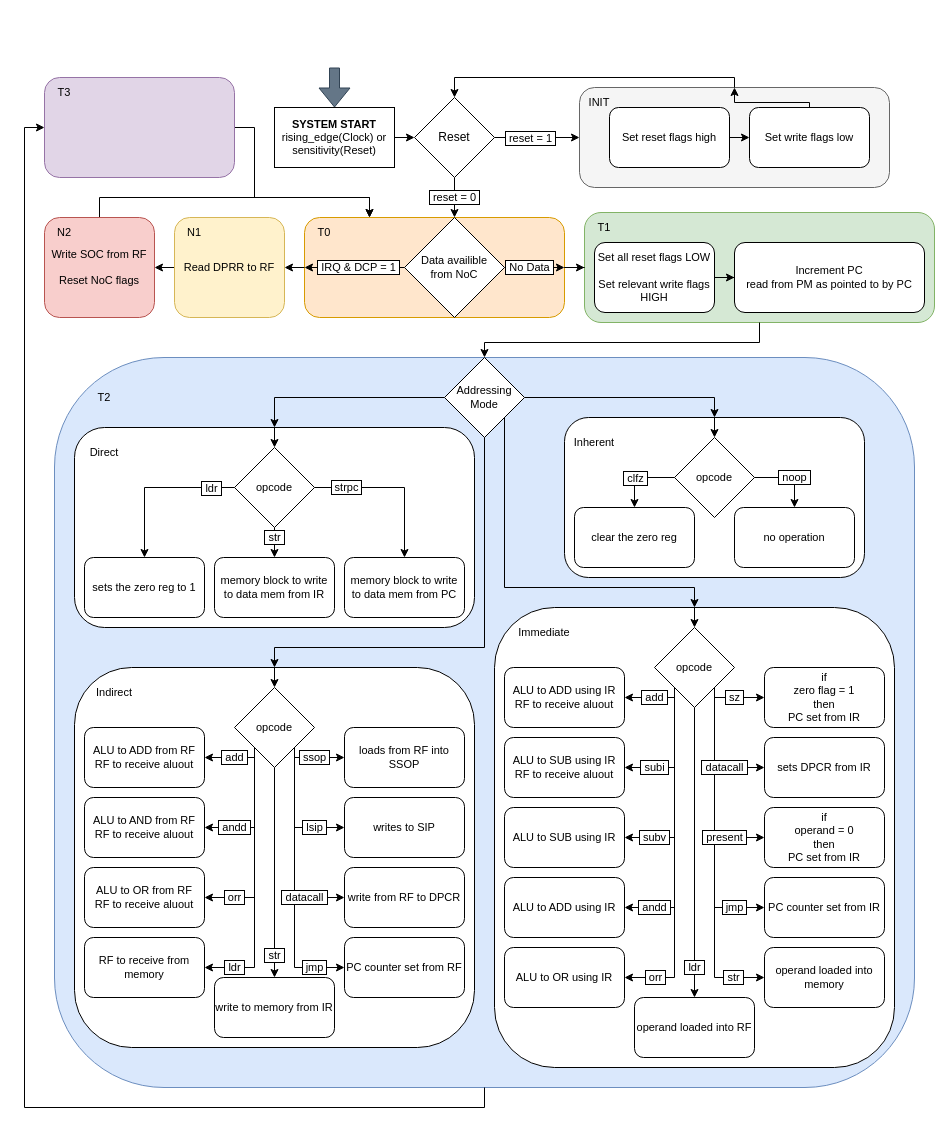
BeckBusch/CS701-GRP keeps this draw.io diagram as page "ControlUnit" (1 of 2) of Documentation/Diagrams/701GRP.drawio. Above is the earlier version. Source tidied: cells renumbered, new cells numbered last; positions are measured from the earlier drawing's top-left corner, leaving out a move shared by most shapes. Both pictures are drawn from the tidied source at 100%, with x=0, y=0 at pixel (34, 67).
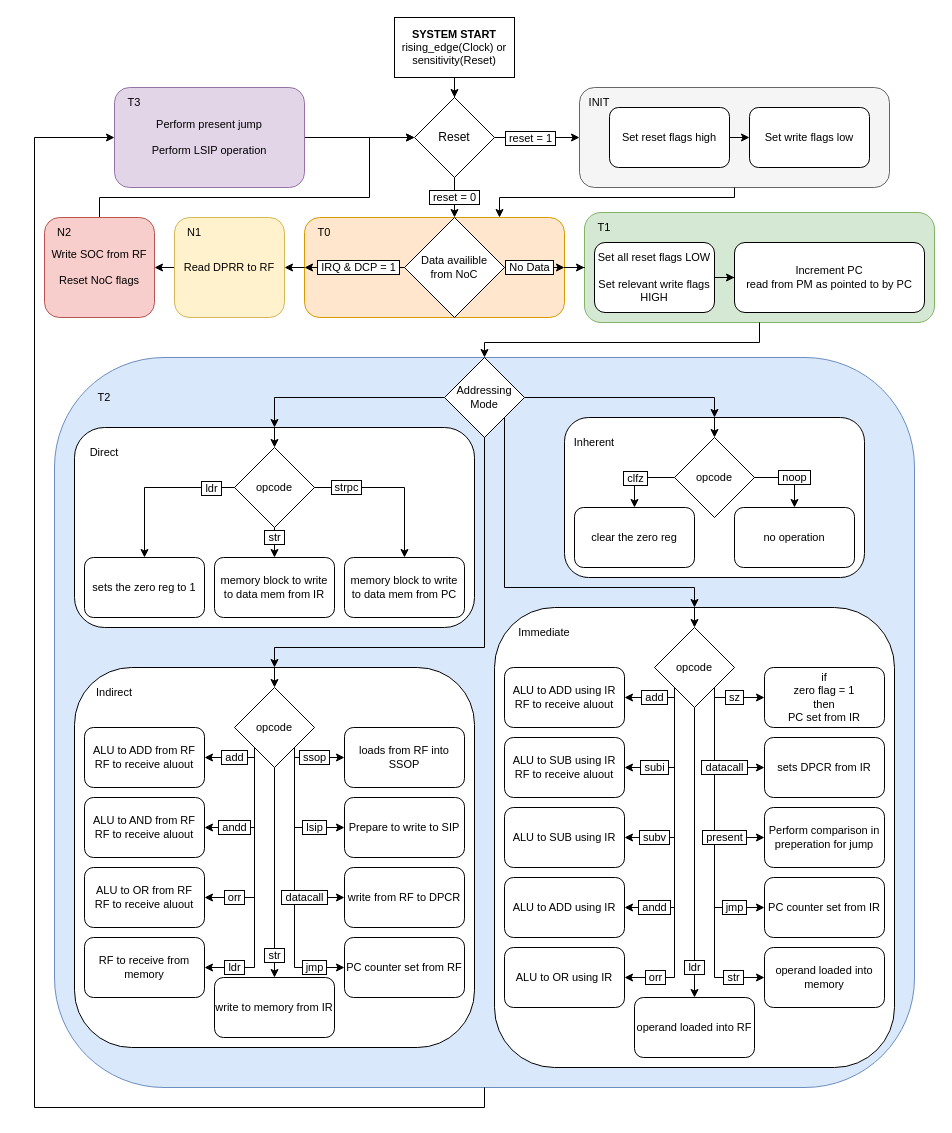
The same page after the edit.

Unchanged cells that the change refers to:
```xml
<mxCell id="5" value="Reset" style="rhombus;whiteSpace=wrap;html=1;" parent="1" vertex="1">
  <mxGeometry x="380" y="30" width="80" height="80" as="geometry" />
</mxCell>
<mxCell id="8" style="group;" parent="1" vertex="1">
  <mxGeometry x="535" y="20" width="320" height="100" as="geometry" />
</mxCell>
<mxCell id="9" style="rounded=1;whiteSpace=wrap;html=1;fillColor=#f5f5f5;fontColor=#333333;strokeColor=#666666;" parent="8" vertex="1">
  <mxGeometry x="10" width="310" height="100" as="geometry" />
</mxCell>
<mxCell id="12" value="Set write flags low" style="rounded=1;whiteSpace=wrap;html=1;fontFamily=Helvetica;fontSize=11;fontColor=default;" parent="8" vertex="1">
  <mxGeometry x="180" y="20" width="120" height="60" as="geometry" />
</mxCell>
<mxCell id="22" style="rounded=1;whiteSpace=wrap;html=1;labelBackgroundColor=default;labelBorderColor=default;fontFamily=Helvetica;fontSize=11;fillColor=#dae8fc;strokeColor=#6c8ebf;" parent="21" vertex="1">
  <mxGeometry width="860" height="730" as="geometry" />
</mxCell>
<mxCell id="45" style="group;" parent="21" vertex="1">
  <mxGeometry x="440" y="250" width="420" height="480" as="geometry" />
</mxCell>
<mxCell id="72" style="group;" parent="21" vertex="1">
  <mxGeometry x="20" y="310" width="400" height="380" as="geometry" />
</mxCell>
<mxCell id="103" style="rounded=1;whiteSpace=wrap;html=1;labelBackgroundColor=none;labelBorderColor=none;strokeColor=#d79b00;fontFamily=Helvetica;fontSize=11;fillColor=#ffe6cc;" parent="102" vertex="1">
  <mxGeometry width="260" height="100" as="geometry" />
</mxCell>
<mxCell id="116" value="Write SOC from RF&lt;br&gt;&lt;br&gt;Reset NoC flags" style="rounded=1;whiteSpace=wrap;html=1;labelBackgroundColor=none;labelBorderColor=none;strokeColor=#b85450;fontFamily=Helvetica;fontSize=11;fillColor=#f8cecc;" parent="115" vertex="1">
  <mxGeometry x="10" width="110" height="100" as="geometry" />
</mxCell>
```

Change to the diagram source:
```diff
@@
-    <mxCell id="6" style="edgeStyle=orthogonalEdgeStyle;shape=connector;rounded=0;jettySize=auto;html=1;exitX=1;exitY=0.5;exitDx=0;exitDy=0;entryX=0;entryY=0.5;entryDx=0;entryDy=0;labelBackgroundColor=default;labelBorderColor=default;strokeColor=default;fontFamily=Helvetica;fontSize=11;fontColor=default;endArrow=classic;" parent="1" edge="1" source="7" target="5">
+    <mxCell id="6" style="edgeStyle=orthogonalEdgeStyle;shape=connector;rounded=0;jettySize=auto;html=1;entryX=0.5;entryY=0;entryDx=0;entryDy=0;labelBackgroundColor=default;labelBorderColor=default;strokeColor=default;fontFamily=Helvetica;fontSize=11;fontColor=default;endArrow=classic;" parent="1" edge="1" source="7" target="5">
       <mxGeometry relative="1" as="geometry" />
     </mxCell>
     <mxCell id="7" value="&lt;b&gt;SYSTEM START&lt;/b&gt;&lt;br&gt;rising_edge(Clock) or sensitivity(Reset)" style="rounded=0;whiteSpace=wrap;html=1;fontFamily=Helvetica;fontSize=11;fontColor=default;" parent="1" vertex="1">
-      <mxGeometry x="240" y="40" width="120" height="60" as="geometry" />
+      <mxGeometry x="360" y="-50" width="120" height="60" as="geometry" />
     </mxCell>
@@
-    <mxCell id="11" style="shape=connector;rounded=0;jettySize=auto;html=1;exitX=0.5;exitY=0;exitDx=0;exitDy=0;entryX=0.5;entryY=0;entryDx=0;entryDy=0;labelBackgroundColor=default;labelBorderColor=default;strokeColor=default;fontFamily=Helvetica;fontSize=11;fontColor=default;endArrow=classic;" parent="8" edge="1" source="12" target="9">
-      <mxGeometry relative="1" as="geometry">
-        <Array as="points">
-          <mxPoint x="240" y="15" />
-          <mxPoint x="165" y="15" />
-        </Array>
-      </mxGeometry>
-    </mxCell>
@@
-    <mxCell id="63" value="if&lt;br&gt;operand = 0&lt;br&gt;then&lt;br&gt;PC set from IR" style="rounded=1;whiteSpace=wrap;html=1;fontFamily=Helvetica;fontSize=11;fontColor=default;" parent="45" vertex="1">
+    <mxCell id="63" value="Perform comparison in preperation for jump" style="rounded=1;whiteSpace=wrap;html=1;fontFamily=Helvetica;fontSize=11;fontColor=default;" parent="45" vertex="1">
       <mxGeometry x="270" y="200" width="120" height="60" as="geometry" />
     </mxCell>
@@
-    <mxCell id="89" value="writes to SIP" style="rounded=1;whiteSpace=wrap;html=1;fontFamily=Helvetica;fontSize=11;fontColor=default;" parent="72" vertex="1">
+    <mxCell id="89" value="Prepare to write to SIP" style="rounded=1;whiteSpace=wrap;html=1;fontFamily=Helvetica;fontSize=11;fontColor=default;" parent="72" vertex="1">
       <mxGeometry x="270" y="130" width="120" height="60" as="geometry" />
     </mxCell>
@@
-    <mxCell id="101" style="edgeStyle=orthogonalEdgeStyle;shape=connector;rounded=0;jettySize=auto;html=1;exitX=0.5;exitY=0;exitDx=0;exitDy=0;entryX=0.5;entryY=0;entryDx=0;entryDy=0;labelBackgroundColor=default;labelBorderColor=default;strokeColor=default;fontFamily=Helvetica;fontSize=11;fontColor=default;endArrow=classic;" parent="1" edge="1" source="9" target="5">
-      <mxGeometry relative="1" as="geometry">
-        <Array as="points">
-          <mxPoint x="700" y="10" />
-          <mxPoint x="420" y="10" />
-        </Array>
-      </mxGeometry>
-    </mxCell>
@@
-    <mxCell id="110" style="edgeStyle=orthogonalEdgeStyle;shape=connector;rounded=0;jettySize=auto;html=1;exitX=0.5;exitY=0;exitDx=0;exitDy=0;entryX=0.25;entryY=0;entryDx=0;entryDy=0;labelBackgroundColor=default;labelBorderColor=default;strokeColor=default;fontFamily=Helvetica;fontSize=11;fontColor=default;endArrow=classic;" parent="1" edge="1" source="116" target="103">
+    <mxCell id="110" style="edgeStyle=orthogonalEdgeStyle;shape=connector;rounded=0;jettySize=auto;html=1;exitX=0.5;exitY=0;exitDx=0;exitDy=0;labelBackgroundColor=default;labelBorderColor=default;strokeColor=default;fontFamily=Helvetica;fontSize=11;fontColor=default;endArrow=classic;" parent="1" edge="1" source="116">
       <mxGeometry relative="1" as="geometry">
+        <mxPoint x="380" y="70" as="targetPoint" />
         <Array as="points">
           <mxPoint x="65" y="130" />
           <mxPoint x="335" y="130" />
         </Array>
       </mxGeometry>
     </mxCell>
@@
-    <mxCell id="119" style="edgeStyle=orthogonalEdgeStyle;shape=connector;rounded=0;jettySize=auto;html=1;entryX=0.25;entryY=0;entryDx=0;entryDy=0;labelBackgroundColor=default;labelBorderColor=default;strokeColor=default;fontFamily=Helvetica;fontSize=11;fontColor=default;endArrow=classic;" parent="1" edge="1" source="120" target="103">
-      <mxGeometry relative="1" as="geometry">
-        <Array as="points">
-          <mxPoint x="220" y="60" />
-          <mxPoint x="220" y="130" />
-          <mxPoint x="335" y="130" />
-        </Array>
-      </mxGeometry>
-    </mxCell>
+    <mxCell id="124" style="edgeStyle=orthogonalEdgeStyle;shape=connector;rounded=0;jettySize=auto;html=1;labelBackgroundColor=default;labelBorderColor=default;strokeColor=default;fontFamily=Helvetica;fontSize=11;fontColor=default;endArrow=classic;" parent="1" edge="1" source="120" target="5">
+      <mxGeometry relative="1" as="geometry" />
+    </mxCell>
+    <mxCell id="123" style="edgeStyle=orthogonalEdgeStyle;shape=connector;rounded=0;jettySize=auto;html=1;exitX=0.5;exitY=1;exitDx=0;exitDy=0;entryX=0;entryY=0.5;entryDx=0;entryDy=0;labelBackgroundColor=default;labelBorderColor=default;strokeColor=default;fontFamily=Helvetica;fontSize=11;fontColor=default;endArrow=classic;" parent="1" edge="1" source="22" target="120">
+      <mxGeometry relative="1" as="geometry">
+        <Array as="points">
+          <mxPoint x="450" y="1040" />
+          <mxPoint y="1040" />
+          <mxPoint y="70" />
+        </Array>
+      </mxGeometry>
+    </mxCell>
+    <mxCell id="125" style="edgeStyle=orthogonalEdgeStyle;shape=connector;rounded=0;jettySize=auto;html=1;entryX=0.75;entryY=0;entryDx=0;entryDy=0;labelBackgroundColor=default;labelBorderColor=default;strokeColor=default;fontFamily=Helvetica;fontSize=11;fontColor=default;endArrow=classic;" parent="1" edge="1" source="9" target="103">
+      <mxGeometry relative="1" as="geometry">
+        <Array as="points">
+          <mxPoint x="700" y="130" />
+          <mxPoint x="465" y="130" />
+        </Array>
+      </mxGeometry>
+    </mxCell>
+    <mxCell id="126" style="group;" parent="1" vertex="1">
+      <mxGeometry x="70" y="20" width="200" height="100" as="geometry" />
+    </mxCell>
-    <mxCell id="120" style="rounded=1;whiteSpace=wrap;html=1;labelBackgroundColor=none;labelBorderColor=none;strokeColor=#9673a6;fontFamily=Helvetica;fontSize=11;fillColor=#e1d5e7;" parent="1" vertex="1">
-      <mxGeometry x="10" y="10" width="190" height="100" as="geometry" />
+    <mxCell id="120" value="Perform present jump&lt;br&gt;&lt;br&gt;Perform LSIP operation" style="rounded=1;whiteSpace=wrap;html=1;labelBackgroundColor=none;labelBorderColor=none;strokeColor=#9673a6;fontFamily=Helvetica;fontSize=11;fillColor=#e1d5e7;" parent="126" vertex="1">
+      <mxGeometry x="10" width="190" height="100" as="geometry" />
     </mxCell>
-    <mxCell id="121" style="shape=flexArrow;endArrow=classic;html=1;rounded=0;labelBackgroundColor=default;labelBorderColor=default;strokeColor=#314354;fontFamily=Helvetica;fontSize=11;fontColor=default;entryX=0.5;entryY=0;entryDx=0;entryDy=0;fillColor=#647687;" parent="1" edge="1" target="7">
-      <mxGeometry relative="1" as="geometry">
-        <mxPoint x="300" as="sourcePoint" />
-      </mxGeometry>
-    </mxCell>
-    <mxCell id="122" value="T3" style="text;html=1;strokeColor=none;fillColor=none;align=center;verticalAlign=middle;whiteSpace=wrap;rounded=0;fontSize=11;fontFamily=Helvetica;fontColor=default;" parent="1" vertex="1">
-      <mxGeometry y="10" width="60" height="30" as="geometry" />
+    <mxCell id="122" value="T3" style="text;html=1;strokeColor=none;fillColor=none;align=center;verticalAlign=middle;whiteSpace=wrap;rounded=0;fontSize=11;fontFamily=Helvetica;fontColor=default;" parent="126" vertex="1">
+      <mxGeometry width="60" height="30" as="geometry" />
     </mxCell>
-    <mxCell id="123" style="edgeStyle=orthogonalEdgeStyle;shape=connector;rounded=0;jettySize=auto;html=1;exitX=0.5;exitY=1;exitDx=0;exitDy=0;entryX=0;entryY=0.5;entryDx=0;entryDy=0;labelBackgroundColor=default;labelBorderColor=default;strokeColor=default;fontFamily=Helvetica;fontSize=11;fontColor=default;endArrow=classic;" parent="1" edge="1" source="22" target="120">
-      <mxGeometry relative="1" as="geometry" />
-    </mxCell>
```
